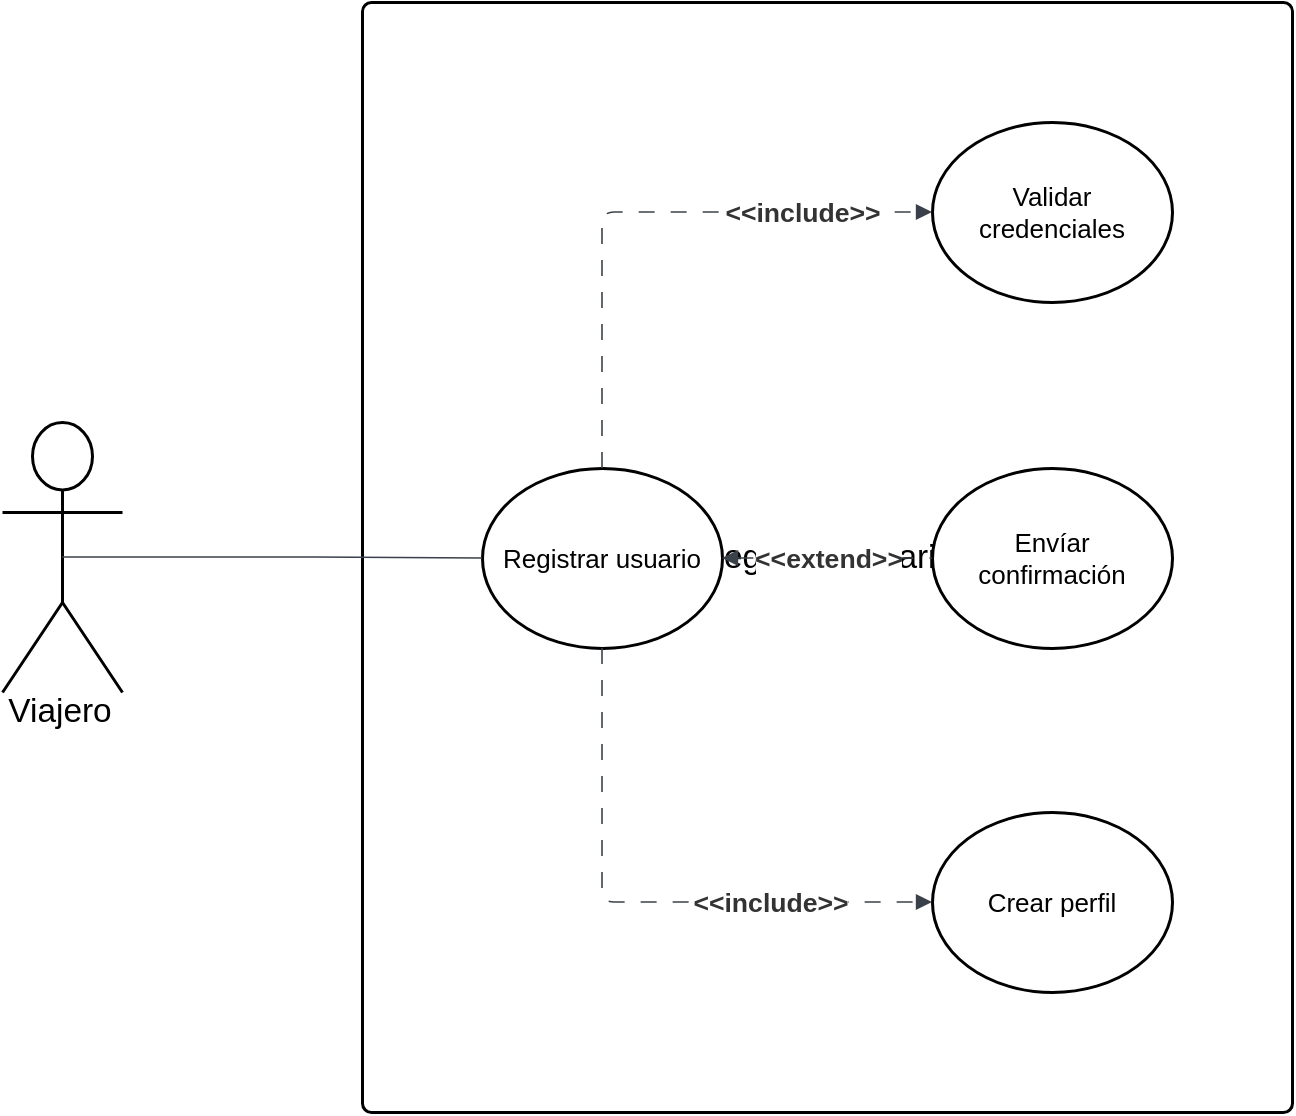
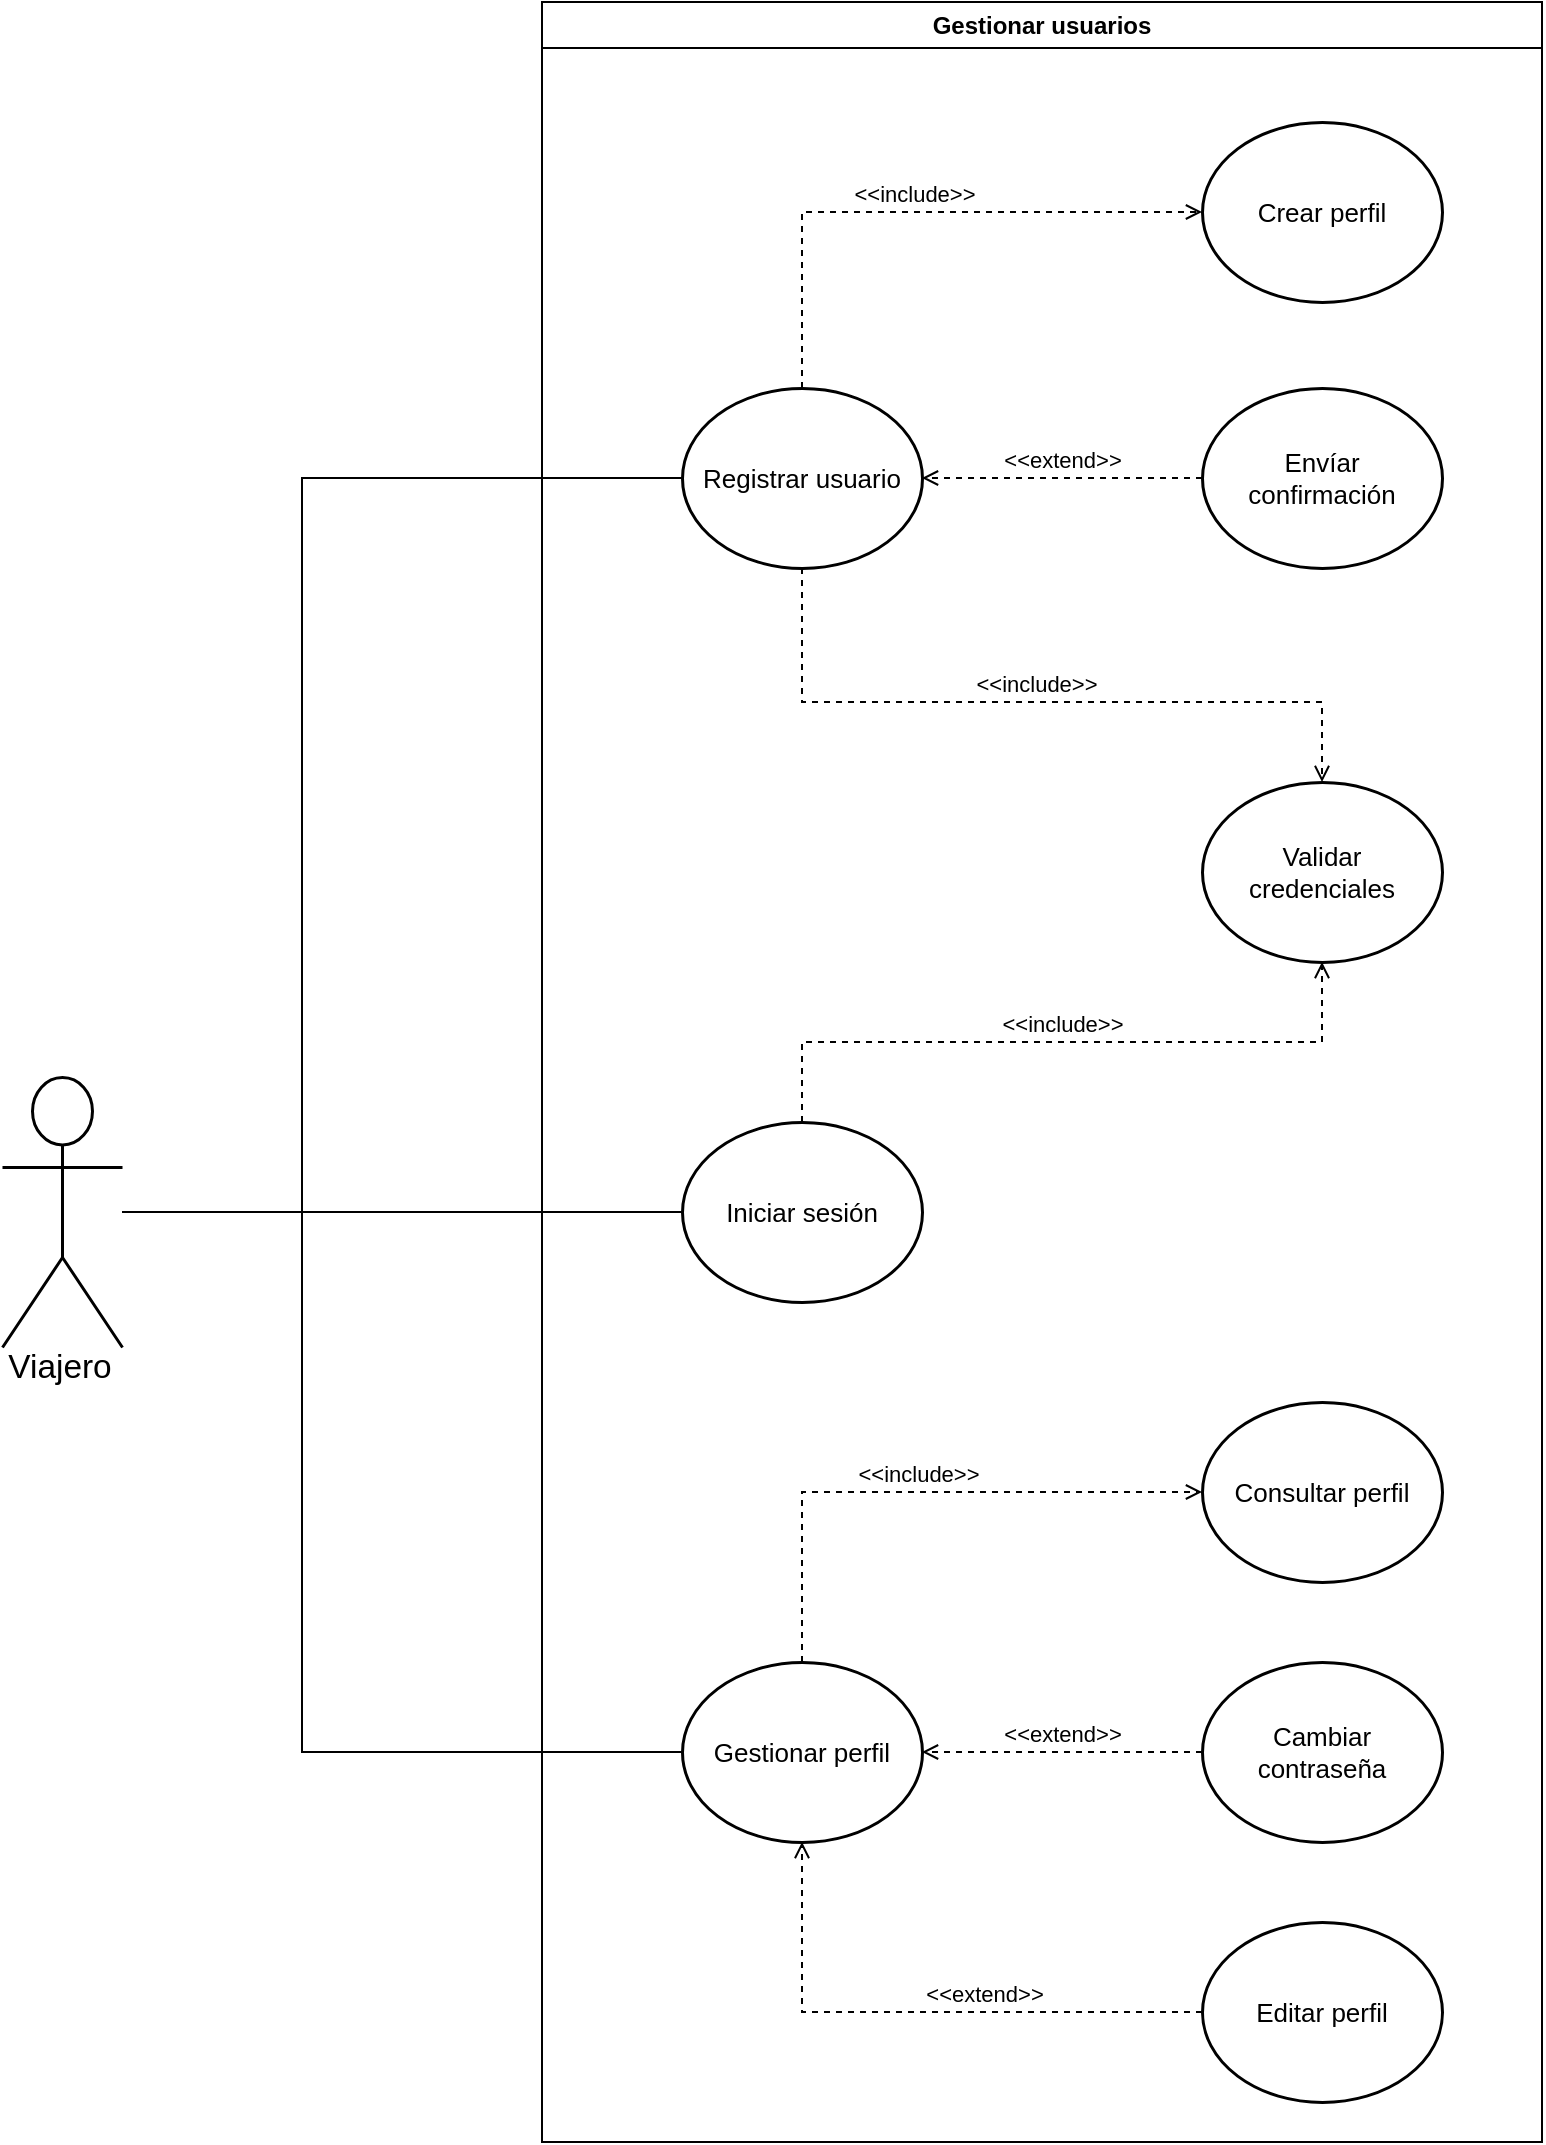
<mxfile host="app.diagrams.net">
  <diagram name="Page-1" id="Cuf0jKbVP4Mn7W8d6DrW">
-     <mxGraphModel dx="1157" dy="1870" grid="1" gridSize="10" guides="1" tooltips="1" connect="1" arrows="1" fold="1" page="1" pageScale="1" pageWidth="850" pageHeight="1100" math="0" shadow="0">
+     <mxGraphModel dx="1735" dy="1215" grid="1" gridSize="10" guides="1" tooltips="1" connect="1" arrows="1" fold="1" page="1" pageScale="1" pageWidth="850" pageHeight="1100" math="0" shadow="0">
      <root>
        <mxCell id="0" />
        <mxCell id="1" parent="0" />
-         <mxCell id="JsQv1TLJ2XYUdgDqrj6Y-1" parent="1" style="html=1;overflow=block;blockSpacing=1;whiteSpace=wrap;container=1;pointerEvents=0;collapsible=0;recursiveResize=0;fontSize=16.7;spacing=0;strokeOpacity=100;fillOpacity=0;rounded=1;absoluteArcSize=1;arcSize=9;fillColor=#000000;strokeWidth=1.5;lucidId=qyMW-v6.OYOE;" value="Registrar usuario" vertex="1">
-           <mxGeometry height="555" width="465" x="720" y="-60" as="geometry" />
+         <mxCell id="2FuZ1IDkEiiBB2FTpsCM-1" parent="1" style="swimlane;whiteSpace=wrap;html=1;movable=1;resizable=1;rotatable=1;deletable=1;editable=1;locked=0;connectable=1;" value="Gestionar usuarios" vertex="1">
+           <mxGeometry height="1070" width="500" x="720" y="380" as="geometry" />
+         </mxCell>
+         <mxCell id="2FuZ1IDkEiiBB2FTpsCM-8" parent="2FuZ1IDkEiiBB2FTpsCM-1" style="html=1;overflow=block;blockSpacing=1;whiteSpace=wrap;ellipse;fontSize=13;spacing=3.8;strokeOpacity=100;fillOpacity=100;rounded=1;absoluteArcSize=1;arcSize=9;fillColor=#ffffff;strokeWidth=1.5;lucidId=KzMWoWKXOwdP;" value="Iniciar sesión" vertex="1">
+           <mxGeometry height="90" width="120" x="70" y="560" as="geometry" />
+         </mxCell>
+         <mxCell id="2FuZ1IDkEiiBB2FTpsCM-9" parent="2FuZ1IDkEiiBB2FTpsCM-1" style="html=1;overflow=block;blockSpacing=1;whiteSpace=wrap;ellipse;fontSize=13;spacing=3.8;strokeOpacity=100;fillOpacity=100;rounded=1;absoluteArcSize=1;arcSize=9;fillColor=#ffffff;strokeWidth=1.5;lucidId=KzMWoWKXOwdP;" value="Gestionar perfil" vertex="1">
+           <mxGeometry height="90" width="120" x="70" y="830" as="geometry" />
+         </mxCell>
+         <mxCell id="JsQv1TLJ2XYUdgDqrj6Y-11" parent="2FuZ1IDkEiiBB2FTpsCM-1" style="html=1;overflow=block;blockSpacing=1;whiteSpace=wrap;ellipse;fontSize=13;spacing=3.8;strokeOpacity=100;fillOpacity=100;rounded=1;absoluteArcSize=1;arcSize=9;fillColor=#ffffff;strokeWidth=1.5;lucidId=kDMWMRtzPu54;" value="Envíar confirmación" vertex="1">
+           <mxGeometry height="90" width="120" x="330" y="193" as="geometry" />
+         </mxCell>
+         <mxCell id="JsQv1TLJ2XYUdgDqrj6Y-6" parent="2FuZ1IDkEiiBB2FTpsCM-1" style="html=1;overflow=block;blockSpacing=1;whiteSpace=wrap;ellipse;fontSize=13;spacing=3.8;strokeOpacity=100;fillOpacity=100;rounded=1;absoluteArcSize=1;arcSize=9;fillColor=#ffffff;strokeWidth=1.5;lucidId=KzMWoWKXOwdP;" value="Crear perfil" vertex="1">
+           <mxGeometry height="90" width="120" x="330" y="60" as="geometry" />
+         </mxCell>
+         <mxCell id="JsQv1TLJ2XYUdgDqrj6Y-5" parent="2FuZ1IDkEiiBB2FTpsCM-1" style="html=1;overflow=block;blockSpacing=1;whiteSpace=wrap;ellipse;fontSize=13;spacing=3.8;strokeOpacity=100;fillOpacity=100;rounded=1;absoluteArcSize=1;arcSize=9;fillColor=#ffffff;strokeWidth=1.5;lucidId=szMWyY.iAy41;" value="Validar credenciales" vertex="1">
+           <mxGeometry height="90" width="120" x="330" y="390" as="geometry" />
+         </mxCell>
+         <mxCell id="2FuZ1IDkEiiBB2FTpsCM-17" parent="2FuZ1IDkEiiBB2FTpsCM-1" style="html=1;overflow=block;blockSpacing=1;whiteSpace=wrap;ellipse;fontSize=13;spacing=3.8;strokeOpacity=100;fillOpacity=100;rounded=1;absoluteArcSize=1;arcSize=9;fillColor=#ffffff;strokeWidth=1.5;lucidId=szMWyY.iAy41;" value="Consultar perfil" vertex="1">
+           <mxGeometry height="90" width="120" x="330" y="700" as="geometry" />
+         </mxCell>
+         <mxCell id="2FuZ1IDkEiiBB2FTpsCM-18" parent="2FuZ1IDkEiiBB2FTpsCM-1" style="html=1;overflow=block;blockSpacing=1;whiteSpace=wrap;ellipse;fontSize=13;spacing=3.8;strokeOpacity=100;fillOpacity=100;rounded=1;absoluteArcSize=1;arcSize=9;fillColor=#ffffff;strokeWidth=1.5;lucidId=szMWyY.iAy41;" value="Cambiar contraseña" vertex="1">
+           <mxGeometry height="90" width="120" x="330" y="830" as="geometry" />
+         </mxCell>
+         <mxCell id="2FuZ1IDkEiiBB2FTpsCM-19" parent="2FuZ1IDkEiiBB2FTpsCM-1" style="html=1;overflow=block;blockSpacing=1;whiteSpace=wrap;ellipse;fontSize=13;spacing=3.8;strokeOpacity=100;fillOpacity=100;rounded=1;absoluteArcSize=1;arcSize=9;fillColor=#ffffff;strokeWidth=1.5;lucidId=szMWyY.iAy41;" value="Editar perfil" vertex="1">
+           <mxGeometry height="90" width="120" x="330" y="960" as="geometry" />
+         </mxCell>
+         <mxCell id="2FuZ1IDkEiiBB2FTpsCM-33" edge="1" parent="2FuZ1IDkEiiBB2FTpsCM-1" source="2FuZ1IDkEiiBB2FTpsCM-8" style="html=1;verticalAlign=bottom;labelBackgroundColor=none;endArrow=open;endFill=0;dashed=1;rounded=0;exitX=0.5;exitY=0;exitDx=0;exitDy=0;entryX=0.5;entryY=1;entryDx=0;entryDy=0;" target="JsQv1TLJ2XYUdgDqrj6Y-5" value="&amp;lt;&amp;lt;include&amp;gt;&amp;gt;">
+           <mxGeometry relative="1" width="160" as="geometry">
+             <Array as="points">
+               <mxPoint x="130" y="520" />
+               <mxPoint x="390" y="520" />
+             </Array>
+             <mxPoint x="260" y="550" as="sourcePoint" />
+             <mxPoint x="420" y="550" as="targetPoint" />
+           </mxGeometry>
+         </mxCell>
+         <mxCell id="2FuZ1IDkEiiBB2FTpsCM-38" edge="1" parent="2FuZ1IDkEiiBB2FTpsCM-1" source="2FuZ1IDkEiiBB2FTpsCM-19" style="html=1;verticalAlign=bottom;labelBackgroundColor=none;endArrow=open;endFill=0;dashed=1;rounded=0;entryX=0.5;entryY=1;entryDx=0;entryDy=0;exitX=0;exitY=0.5;exitDx=0;exitDy=0;" target="2FuZ1IDkEiiBB2FTpsCM-9" value="&amp;lt;&amp;lt;extend&amp;gt;&amp;gt;">
+           <mxGeometry relative="1" width="160" x="-0.2329" as="geometry">
+             <mxPoint as="offset" />
+             <Array as="points">
+               <mxPoint x="130" y="1005" />
+             </Array>
+             <mxPoint x="260" y="750" as="sourcePoint" />
+             <mxPoint x="420" y="750" as="targetPoint" />
+           </mxGeometry>
+         </mxCell>
+         <mxCell id="2FuZ1IDkEiiBB2FTpsCM-39" edge="1" parent="2FuZ1IDkEiiBB2FTpsCM-1" source="2FuZ1IDkEiiBB2FTpsCM-18" style="html=1;verticalAlign=bottom;labelBackgroundColor=none;endArrow=open;endFill=0;dashed=1;rounded=0;entryX=1;entryY=0.5;entryDx=0;entryDy=0;exitX=0;exitY=0.5;exitDx=0;exitDy=0;" target="2FuZ1IDkEiiBB2FTpsCM-9" value="&amp;lt;&amp;lt;extend&amp;gt;&amp;gt;">
+           <mxGeometry relative="1" width="160" as="geometry">
+             <mxPoint x="210" y="880" as="sourcePoint" />
+             <mxPoint x="370" y="880" as="targetPoint" />
+           </mxGeometry>
+         </mxCell>
+         <mxCell id="2FuZ1IDkEiiBB2FTpsCM-40" edge="1" parent="2FuZ1IDkEiiBB2FTpsCM-1" source="2FuZ1IDkEiiBB2FTpsCM-9" style="html=1;verticalAlign=bottom;labelBackgroundColor=none;endArrow=open;endFill=0;dashed=1;rounded=0;exitX=0.5;exitY=0;exitDx=0;exitDy=0;entryX=0;entryY=0.5;entryDx=0;entryDy=0;" target="2FuZ1IDkEiiBB2FTpsCM-17" value="&amp;lt;&amp;lt;include&amp;gt;&amp;gt;">
+           <mxGeometry relative="1" width="160" as="geometry">
+             <Array as="points">
+               <mxPoint x="130" y="745" />
+             </Array>
+             <mxPoint x="210" y="840" as="sourcePoint" />
+             <mxPoint x="370" y="840" as="targetPoint" />
+           </mxGeometry>
+         </mxCell>
+         <mxCell id="2FuZ1IDkEiiBB2FTpsCM-41" edge="1" parent="1" source="JsQv1TLJ2XYUdgDqrj6Y-2" style="edgeStyle=orthogonalEdgeStyle;rounded=0;orthogonalLoop=1;jettySize=auto;html=1;entryX=0;entryY=0.5;entryDx=0;entryDy=0;endArrow=none;endFill=0;" target="JsQv1TLJ2XYUdgDqrj6Y-3">
+           <mxGeometry relative="1" as="geometry">
+             <Array as="points">
+               <mxPoint x="600" y="985" />
+               <mxPoint x="600" y="618" />
+             </Array>
+           </mxGeometry>
+         </mxCell>
+         <mxCell id="2FuZ1IDkEiiBB2FTpsCM-42" edge="1" parent="1" source="JsQv1TLJ2XYUdgDqrj6Y-2" style="edgeStyle=orthogonalEdgeStyle;rounded=0;orthogonalLoop=1;jettySize=auto;html=1;entryX=0;entryY=0.5;entryDx=0;entryDy=0;endArrow=none;endFill=0;" target="2FuZ1IDkEiiBB2FTpsCM-8">
+           <mxGeometry relative="1" as="geometry" />
+         </mxCell>
+         <mxCell id="2FuZ1IDkEiiBB2FTpsCM-43" edge="1" parent="1" source="JsQv1TLJ2XYUdgDqrj6Y-2" style="edgeStyle=orthogonalEdgeStyle;rounded=0;orthogonalLoop=1;jettySize=auto;html=1;entryX=0;entryY=0.5;entryDx=0;entryDy=0;endArrow=none;endFill=0;" target="2FuZ1IDkEiiBB2FTpsCM-9">
+           <mxGeometry relative="1" as="geometry">
+             <Array as="points">
+               <mxPoint x="600" y="985" />
+               <mxPoint x="600" y="1255" />
+             </Array>
+           </mxGeometry>
        </mxCell>
        <mxCell id="JsQv1TLJ2XYUdgDqrj6Y-2" parent="1" style="html=1;overflow=block;blockSpacing=1;shape=umlActor;labelPosition=center;verticalLabelPosition=bottom;verticalAlign=top;whiteSpace=nowrap;fontSize=16.7;spacing=0;strokeOpacity=100;fillOpacity=100;rounded=1;absoluteArcSize=1;arcSize=9;fillColor=#ffffff;strokeWidth=1.5;lucidId=iyMWQmFybgIV;" value="Viajero" vertex="1">
-           <mxGeometry height="135" width="60" x="540" y="150" as="geometry" />
+           <mxGeometry height="135" width="60" x="450" y="917.5" as="geometry" />
        </mxCell>
        <mxCell id="JsQv1TLJ2XYUdgDqrj6Y-3" parent="1" style="html=1;overflow=block;blockSpacing=1;whiteSpace=wrap;ellipse;fontSize=13;spacing=3.8;strokeOpacity=100;fillOpacity=100;rounded=1;absoluteArcSize=1;arcSize=9;fillColor=#ffffff;strokeWidth=1.5;lucidId=~yMW_-0N6nRY;" value="Registrar usuario" vertex="1">
-           <mxGeometry height="90" width="120" x="780" y="173" as="geometry" />
+           <mxGeometry height="90" width="120" x="790" y="573" as="geometry" />
        </mxCell>
-         <mxCell id="JsQv1TLJ2XYUdgDqrj6Y-4" edge="1" parent="1" source="JsQv1TLJ2XYUdgDqrj6Y-2" style="html=1;jettySize=18;whiteSpace=wrap;fontSize=13;strokeColor=#3a414a;strokeOpacity=100;strokeWidth=0.8;rounded=1;arcSize=12;edgeStyle=orthogonalEdgeStyle;startArrow=none;endArrow=none;exitX=0.5;exitY=0.5;exitPerimeter=0;entryX=0;entryY=0.5;entryPerimeter=0;lucidId=mzMWFqqO-tBd;" target="JsQv1TLJ2XYUdgDqrj6Y-3" value="">
-           <mxGeometry height="100" relative="1" width="100" as="geometry">
-             <Array as="points" />
+         <mxCell id="2FuZ1IDkEiiBB2FTpsCM-35" edge="1" parent="1" source="JsQv1TLJ2XYUdgDqrj6Y-3" style="html=1;verticalAlign=bottom;labelBackgroundColor=none;endArrow=open;endFill=0;dashed=1;rounded=0;exitX=0.5;exitY=1;exitDx=0;exitDy=0;entryX=0.5;entryY=0;entryDx=0;entryDy=0;" target="JsQv1TLJ2XYUdgDqrj6Y-5" value="&amp;lt;&amp;lt;include&amp;gt;&amp;gt;">
+           <mxGeometry relative="1" width="160" as="geometry">
+             <Array as="points">
+               <mxPoint x="850" y="730" />
+               <mxPoint x="1110" y="730" />
+             </Array>
+             <mxPoint x="980" y="750" as="sourcePoint" />
+             <mxPoint x="1140" y="750" as="targetPoint" />
          </mxGeometry>
        </mxCell>
-         <mxCell id="JsQv1TLJ2XYUdgDqrj6Y-5" parent="1" style="html=1;overflow=block;blockSpacing=1;whiteSpace=wrap;ellipse;fontSize=13;spacing=3.8;strokeOpacity=100;fillOpacity=100;rounded=1;absoluteArcSize=1;arcSize=9;fillColor=#ffffff;strokeWidth=1.5;lucidId=szMWyY.iAy41;" value="Validar credenciales" vertex="1">
-           <mxGeometry height="90" width="120" x="1005" as="geometry" />
-         </mxCell>
-         <mxCell id="JsQv1TLJ2XYUdgDqrj6Y-6" parent="1" style="html=1;overflow=block;blockSpacing=1;whiteSpace=wrap;ellipse;fontSize=13;spacing=3.8;strokeOpacity=100;fillOpacity=100;rounded=1;absoluteArcSize=1;arcSize=9;fillColor=#ffffff;strokeWidth=1.5;lucidId=KzMWoWKXOwdP;" value="Crear perfil" vertex="1">
-           <mxGeometry height="90" width="120" x="1005" y="345" as="geometry" />
-         </mxCell>
-         <mxCell id="JsQv1TLJ2XYUdgDqrj6Y-7" edge="1" parent="1" source="JsQv1TLJ2XYUdgDqrj6Y-3" style="html=1;jettySize=18;whiteSpace=wrap;fontSize=13;strokeColor=#3a414a;strokeOpacity=100;dashed=1;fixDash=1;dashPattern=8 8;strokeWidth=0.8;rounded=1;arcSize=12;edgeStyle=orthogonalEdgeStyle;startArrow=none;endArrow=block;endFill=1;exitX=0.5;exitY=0;exitPerimeter=0;entryX=0;entryY=0.5;entryPerimeter=0;lucidId=kAMWxsbt.U7c;" target="JsQv1TLJ2XYUdgDqrj6Y-5" value="">
-           <mxGeometry height="100" relative="1" width="100" as="geometry">
-             <Array as="points" />
+         <mxCell id="2FuZ1IDkEiiBB2FTpsCM-36" edge="1" parent="1" source="JsQv1TLJ2XYUdgDqrj6Y-11" style="html=1;verticalAlign=bottom;labelBackgroundColor=none;endArrow=open;endFill=0;dashed=1;rounded=0;entryX=1;entryY=0.5;entryDx=0;entryDy=0;exitX=0;exitY=0.5;exitDx=0;exitDy=0;" target="JsQv1TLJ2XYUdgDqrj6Y-3" value="&amp;lt;&amp;lt;extend&amp;gt;&amp;gt;">
+           <mxGeometry relative="1" width="160" as="geometry">
+             <mxPoint x="980" y="610" as="sourcePoint" />
+             <mxPoint x="1140" y="610" as="targetPoint" />
          </mxGeometry>
        </mxCell>
-         <mxCell id="JsQv1TLJ2XYUdgDqrj6Y-8" parent="JsQv1TLJ2XYUdgDqrj6Y-7" style="text;html=1;resizable=0;labelBackgroundColor=default;align=center;verticalAlign=middle;fontStyle=1;fontColor=#333333;fontSize=13.3;" value="&amp;lt;&amp;lt;include&amp;gt;&amp;gt;" vertex="1">
-           <mxGeometry relative="1" x="0.5520365212599527" as="geometry">
-             <mxPoint as="offset" />
-           </mxGeometry>
-         </mxCell>
-         <mxCell id="JsQv1TLJ2XYUdgDqrj6Y-9" edge="1" parent="1" source="JsQv1TLJ2XYUdgDqrj6Y-3" style="html=1;jettySize=18;whiteSpace=wrap;fontSize=13;strokeColor=#3a414a;strokeOpacity=100;dashed=1;fixDash=1;dashPattern=8 8;strokeWidth=0.8;rounded=1;arcSize=12;edgeStyle=orthogonalEdgeStyle;startArrow=none;endArrow=block;endFill=1;exitX=0.5;exitY=1;exitPerimeter=0;entryX=0;entryY=0.5;entryPerimeter=0;lucidId=9AMWe6r1Tgha;" target="JsQv1TLJ2XYUdgDqrj6Y-6" value="">
-           <mxGeometry height="100" relative="1" width="100" as="geometry">
-             <Array as="points" />
-           </mxGeometry>
-         </mxCell>
-         <mxCell id="JsQv1TLJ2XYUdgDqrj6Y-10" parent="JsQv1TLJ2XYUdgDqrj6Y-9" style="text;html=1;resizable=0;labelBackgroundColor=default;align=center;verticalAlign=middle;fontStyle=1;fontColor=#333333;fontSize=13.3;" value="&amp;lt;&amp;lt;include&amp;gt;&amp;gt;" vertex="1">
-           <mxGeometry relative="1" x="0.44128584633008394" as="geometry">
-             <mxPoint as="offset" />
-           </mxGeometry>
-         </mxCell>
-         <mxCell id="JsQv1TLJ2XYUdgDqrj6Y-11" parent="1" style="html=1;overflow=block;blockSpacing=1;whiteSpace=wrap;ellipse;fontSize=13;spacing=3.8;strokeOpacity=100;fillOpacity=100;rounded=1;absoluteArcSize=1;arcSize=9;fillColor=#ffffff;strokeWidth=1.5;lucidId=kDMWMRtzPu54;" value="Envíar confirmación" vertex="1">
-           <mxGeometry height="90" width="120" x="1005" y="173" as="geometry" />
-         </mxCell>
-         <mxCell id="JsQv1TLJ2XYUdgDqrj6Y-12" edge="1" parent="1" source="JsQv1TLJ2XYUdgDqrj6Y-3" style="html=1;jettySize=18;whiteSpace=wrap;fontSize=13;strokeColor=#3a414a;strokeOpacity=100;dashed=1;fixDash=1;dashPattern=8 8;strokeWidth=0.8;rounded=1;arcSize=12;edgeStyle=orthogonalEdgeStyle;startArrow=block;startFill=1;endArrow=none;exitX=1;exitY=0.5;exitPerimeter=0;entryX=0;entryY=0.5;entryPerimeter=0;lucidId=FDMWPBMwoRWV;" target="JsQv1TLJ2XYUdgDqrj6Y-11" value="">
-           <mxGeometry height="100" relative="1" width="100" as="geometry">
-             <Array as="points" />
-           </mxGeometry>
-         </mxCell>
-         <mxCell id="JsQv1TLJ2XYUdgDqrj6Y-13" parent="JsQv1TLJ2XYUdgDqrj6Y-12" style="text;html=1;resizable=0;labelBackgroundColor=default;align=center;verticalAlign=middle;fontStyle=1;fontColor=#333333;fontSize=13.3;" value="&amp;lt;&amp;lt;extend&amp;gt;&amp;gt;" vertex="1">
-           <mxGeometry relative="1" as="geometry">
-             <mxPoint as="offset" />
+         <mxCell id="2FuZ1IDkEiiBB2FTpsCM-37" edge="1" parent="1" source="JsQv1TLJ2XYUdgDqrj6Y-3" style="html=1;verticalAlign=bottom;labelBackgroundColor=none;endArrow=open;endFill=0;dashed=1;rounded=0;exitX=0.5;exitY=0;exitDx=0;exitDy=0;entryX=0;entryY=0.5;entryDx=0;entryDy=0;" target="JsQv1TLJ2XYUdgDqrj6Y-6" value="&amp;lt;&amp;lt;include&amp;gt;&amp;gt;">
+           <mxGeometry relative="1" width="160" as="geometry">
+             <Array as="points">
+               <mxPoint x="850" y="485" />
+             </Array>
+             <mxPoint x="980" y="520" as="sourcePoint" />
+             <mxPoint x="1140" y="520" as="targetPoint" />
          </mxGeometry>
        </mxCell>
      </root>
    </mxGraphModel>
  </diagram>
</mxfile>
